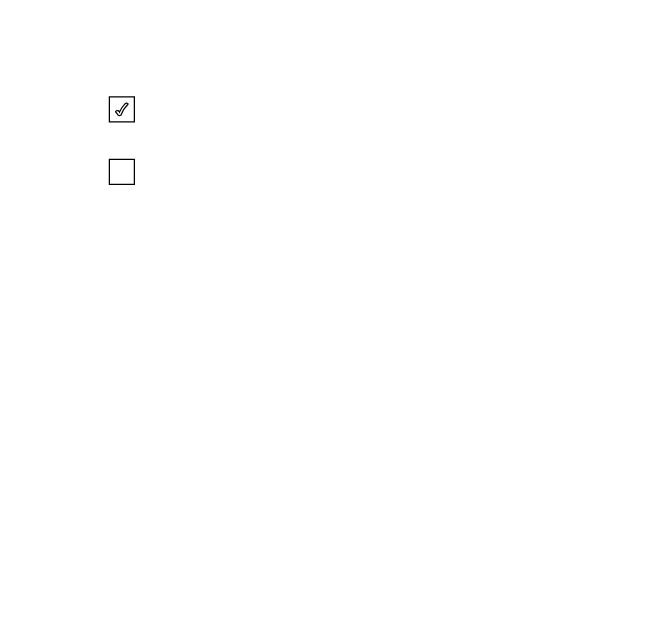
This is 角色权限.drawio from hanchanghai/test, a draw.io file, before an edit. Source tidied: cells renumbered, new cells numbered last; positions are measured from the earlier drawing's top-left corner, leaving out a move shared by most shapes. Both pictures are drawn from the tidied source at 125%, with x=0, y=0 at pixel (109, 96).
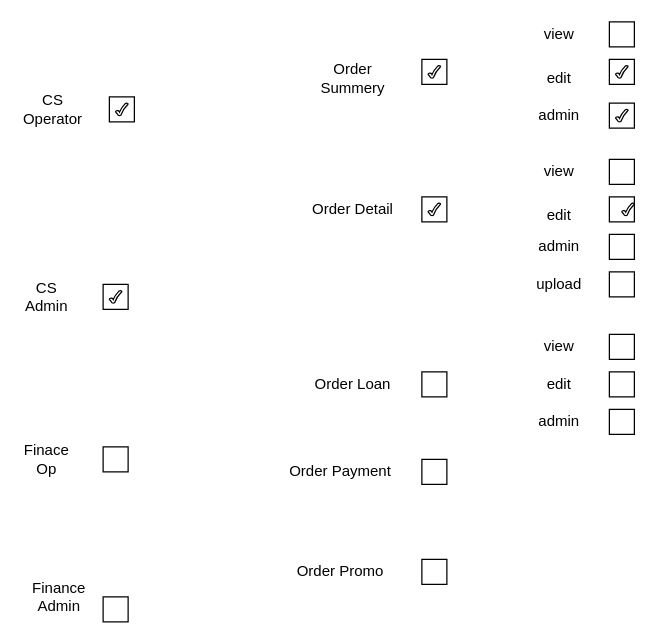
After the change.

Change to the diagram source:
```diff
@@
     <mxCell id="4" style="rounded=0;whiteSpace=wrap;html=1;" parent="1" vertex="1">
-      <mxGeometry y="50" width="20" height="20" as="geometry" />
+      <mxGeometry x="-5" y="150" width="20" height="20" as="geometry" />
     </mxCell>
+    <mxCell id="5" style="rounded=0;whiteSpace=wrap;html=1;" parent="1" vertex="1">
+      <mxGeometry x="400" y="250" width="20" height="20" as="geometry" />
+    </mxCell>
+    <mxCell id="6" style="rounded=0;whiteSpace=wrap;html=1;" parent="1" vertex="1">
+      <mxGeometry x="400" y="220" width="20" height="20" as="geometry" />
+    </mxCell>
+    <mxCell id="7" style="rounded=0;whiteSpace=wrap;html=1;" parent="1" vertex="1">
+      <mxGeometry x="400" y="190" width="20" height="20" as="geometry" />
+    </mxCell>
+    <mxCell id="8" style="rounded=0;whiteSpace=wrap;html=1;" parent="1" vertex="1">
+      <mxGeometry x="400" y="140" width="20" height="20" as="geometry" />
+    </mxCell>
+    <mxCell id="9" style="rounded=0;whiteSpace=wrap;html=1;" parent="1" vertex="1">
+      <mxGeometry x="400" y="110" width="20" height="20" as="geometry" />
+    </mxCell>
+    <mxCell id="10" style="rounded=0;whiteSpace=wrap;html=1;" parent="1" vertex="1">
+      <mxGeometry x="400" y="80" width="20" height="20" as="geometry" />
+    </mxCell>
+    <mxCell id="11" style="rounded=0;whiteSpace=wrap;html=1;" parent="1" vertex="1">
+      <mxGeometry x="400" y="50" width="20" height="20" as="geometry" />
+    </mxCell>
+    <mxCell id="12" style="rounded=0;whiteSpace=wrap;html=1;" parent="1" vertex="1">
+      <mxGeometry x="400" y="5" width="20" height="20" as="geometry" />
+    </mxCell>
+    <mxCell id="13" style="rounded=0;whiteSpace=wrap;html=1;" parent="1" vertex="1">
+      <mxGeometry x="400" y="-30" width="20" height="20" as="geometry" />
+    </mxCell>
+    <mxCell id="14" style="rounded=0;whiteSpace=wrap;html=1;" parent="1" vertex="1">
+      <mxGeometry x="400" y="-60" width="20" height="20" as="geometry" />
+    </mxCell>
+    <mxCell id="15" style="rounded=0;whiteSpace=wrap;html=1;" parent="1" vertex="1">
+      <mxGeometry x="250" y="290" width="20" height="20" as="geometry" />
+    </mxCell>
+    <mxCell id="16" style="rounded=0;whiteSpace=wrap;html=1;" parent="1" vertex="1">
+      <mxGeometry x="250" y="220" width="20" height="20" as="geometry" />
+    </mxCell>
+    <mxCell id="17" style="rounded=0;whiteSpace=wrap;html=1;" parent="1" vertex="1">
+      <mxGeometry x="250" y="370" width="20" height="20" as="geometry" />
+    </mxCell>
+    <mxCell id="18" style="rounded=0;whiteSpace=wrap;html=1;" parent="1" vertex="1">
+      <mxGeometry x="250" y="80" width="20" height="20" as="geometry" />
+    </mxCell>
+    <mxCell id="19" style="rounded=0;whiteSpace=wrap;html=1;" parent="1" vertex="1">
+      <mxGeometry x="250" y="-30" width="20" height="20" as="geometry" />
+    </mxCell>
+    <mxCell id="20" style="rounded=0;whiteSpace=wrap;html=1;" parent="1" vertex="1">
+      <mxGeometry x="-5" y="400" width="20" height="20" as="geometry" />
+    </mxCell>
+    <mxCell id="21" style="rounded=0;whiteSpace=wrap;html=1;" parent="1" vertex="1">
+      <mxGeometry x="-5" y="280" width="20" height="20" as="geometry" />
+    </mxCell>
+    <mxCell id="22" style="verticalLabelPosition=bottom;verticalAlign=top;html=1;shape=mxgraph.basic.tick;" parent="1" vertex="1">
+      <mxGeometry x="255" y="-25" width="10" height="10" as="geometry" />
+    </mxCell>
+    <mxCell id="23" style="verticalLabelPosition=bottom;verticalAlign=top;html=1;shape=mxgraph.basic.tick;" parent="1" vertex="1">
+      <mxGeometry x="410" y="85" width="10" height="10" as="geometry" />
+    </mxCell>
+    <mxCell id="24" style="verticalLabelPosition=bottom;verticalAlign=top;html=1;shape=mxgraph.basic.tick;" parent="1" vertex="1">
+      <mxGeometry x="405" y="10" width="10" height="10" as="geometry" />
+    </mxCell>
+    <mxCell id="25" style="verticalLabelPosition=bottom;verticalAlign=top;html=1;shape=mxgraph.basic.tick;" parent="1" vertex="1">
+      <mxGeometry x="405" y="-25" width="10" height="10" as="geometry" />
+    </mxCell>
+    <mxCell id="26" style="verticalLabelPosition=bottom;verticalAlign=top;html=1;shape=mxgraph.basic.tick;" parent="1" vertex="1">
+      <mxGeometry x="255" y="85" width="10" height="10" as="geometry" />
+    </mxCell>
+    <mxCell id="27" style="verticalLabelPosition=bottom;verticalAlign=top;html=1;shape=mxgraph.basic.tick;" parent="1" vertex="1">
+      <mxGeometry y="155" width="10" height="10" as="geometry" />
+    </mxCell>
+    <mxCell id="28" value="CS Operator" style="text;html=1;strokeColor=none;fillColor=none;align=center;verticalAlign=middle;whiteSpace=wrap;rounded=0;" parent="1" vertex="1">
+      <mxGeometry x="-70" width="50" height="20" as="geometry" />
+    </mxCell>
+    <mxCell id="29" value="CS Admin" style="text;html=1;strokeColor=none;fillColor=none;align=center;verticalAlign=middle;whiteSpace=wrap;rounded=0;" parent="1" vertex="1">
+      <mxGeometry x="-70" y="150" width="40" height="20" as="geometry" />
+    </mxCell>
+    <mxCell id="30" value="Finace Op" style="text;html=1;strokeColor=none;fillColor=none;align=center;verticalAlign=middle;whiteSpace=wrap;rounded=0;" parent="1" vertex="1">
+      <mxGeometry x="-70" y="280" width="40" height="20" as="geometry" />
+    </mxCell>
+    <mxCell id="31" value="Finance Admin" style="text;html=1;strokeColor=none;fillColor=none;align=center;verticalAlign=middle;whiteSpace=wrap;rounded=0;" parent="1" vertex="1">
+      <mxGeometry x="-60" y="390" width="40" height="20" as="geometry" />
+    </mxCell>
+    <mxCell id="32" value="Order Summery" style="text;html=1;strokeColor=none;fillColor=none;align=center;verticalAlign=middle;whiteSpace=wrap;rounded=0;" parent="1" vertex="1">
+      <mxGeometry x="160" y="-25" width="70" height="20" as="geometry" />
+    </mxCell>
+    <mxCell id="33" value="Order Detail" style="text;html=1;strokeColor=none;fillColor=none;align=center;verticalAlign=middle;whiteSpace=wrap;rounded=0;" parent="1" vertex="1">
+      <mxGeometry x="160" y="80" width="70" height="20" as="geometry" />
+    </mxCell>
+    <mxCell id="34" value="Order Loan" style="text;html=1;strokeColor=none;fillColor=none;align=center;verticalAlign=middle;whiteSpace=wrap;rounded=0;" parent="1" vertex="1">
+      <mxGeometry x="160" y="220" width="70" height="20" as="geometry" />
+    </mxCell>
+    <mxCell id="35" value="Order Payment" style="text;html=1;strokeColor=none;fillColor=none;align=center;verticalAlign=middle;whiteSpace=wrap;rounded=0;" parent="1" vertex="1">
+      <mxGeometry x="140" y="290" width="90" height="20" as="geometry" />
+    </mxCell>
+    <mxCell id="36" value="Order Promo" style="text;html=1;strokeColor=none;fillColor=none;align=center;verticalAlign=middle;whiteSpace=wrap;rounded=0;" parent="1" vertex="1">
+      <mxGeometry x="140" y="370" width="90" height="20" as="geometry" />
+    </mxCell>
+    <mxCell id="37" value="view" style="text;html=1;strokeColor=none;fillColor=none;align=center;verticalAlign=middle;whiteSpace=wrap;rounded=0;" parent="1" vertex="1">
+      <mxGeometry x="340" y="-60" width="40" height="20" as="geometry" />
+    </mxCell>
+    <mxCell id="38" value="edit" style="text;html=1;strokeColor=none;fillColor=none;align=center;verticalAlign=middle;whiteSpace=wrap;rounded=0;" parent="1" vertex="1">
+      <mxGeometry x="340" y="-25" width="40" height="20" as="geometry" />
+    </mxCell>
+    <mxCell id="39" value="admin" style="text;html=1;strokeColor=none;fillColor=none;align=center;verticalAlign=middle;whiteSpace=wrap;rounded=0;" parent="1" vertex="1">
+      <mxGeometry x="340" y="5" width="40" height="20" as="geometry" />
+    </mxCell>
+    <mxCell id="40" value="view" style="text;html=1;strokeColor=none;fillColor=none;align=center;verticalAlign=middle;whiteSpace=wrap;rounded=0;" parent="1" vertex="1">
+      <mxGeometry x="340" y="50" width="40" height="20" as="geometry" />
+    </mxCell>
+    <mxCell id="41" value="edit" style="text;html=1;strokeColor=none;fillColor=none;align=center;verticalAlign=middle;whiteSpace=wrap;rounded=0;" parent="1" vertex="1">
+      <mxGeometry x="340" y="85" width="40" height="20" as="geometry" />
+    </mxCell>
+    <mxCell id="42" value="admin" style="text;html=1;strokeColor=none;fillColor=none;align=center;verticalAlign=middle;whiteSpace=wrap;rounded=0;" parent="1" vertex="1">
+      <mxGeometry x="340" y="110" width="40" height="20" as="geometry" />
+    </mxCell>
+    <mxCell id="43" value="upload" style="text;html=1;strokeColor=none;fillColor=none;align=center;verticalAlign=middle;whiteSpace=wrap;rounded=0;" parent="1" vertex="1">
+      <mxGeometry x="340" y="140" width="40" height="20" as="geometry" />
+    </mxCell>
+    <mxCell id="44" value="view" style="text;html=1;strokeColor=none;fillColor=none;align=center;verticalAlign=middle;whiteSpace=wrap;rounded=0;" parent="1" vertex="1">
+      <mxGeometry x="340" y="190" width="40" height="20" as="geometry" />
+    </mxCell>
+    <mxCell id="45" value="edit" style="text;html=1;strokeColor=none;fillColor=none;align=center;verticalAlign=middle;whiteSpace=wrap;rounded=0;" parent="1" vertex="1">
+      <mxGeometry x="340" y="220" width="40" height="20" as="geometry" />
+    </mxCell>
+    <mxCell id="46" value="admin" style="text;html=1;strokeColor=none;fillColor=none;align=center;verticalAlign=middle;whiteSpace=wrap;rounded=0;" parent="1" vertex="1">
+      <mxGeometry x="340" y="250" width="40" height="20" as="geometry" />
+    </mxCell>
+    <mxCell id="47" style="edgeStyle=orthogonalEdgeStyle;rounded=0;orthogonalLoop=1;jettySize=auto;html=1;exitX=0.5;exitY=1;exitDx=0;exitDy=0;" parent="1" edge="1" source="46" target="46">
+      <mxGeometry relative="1" as="geometry" />
+    </mxCell>
```
